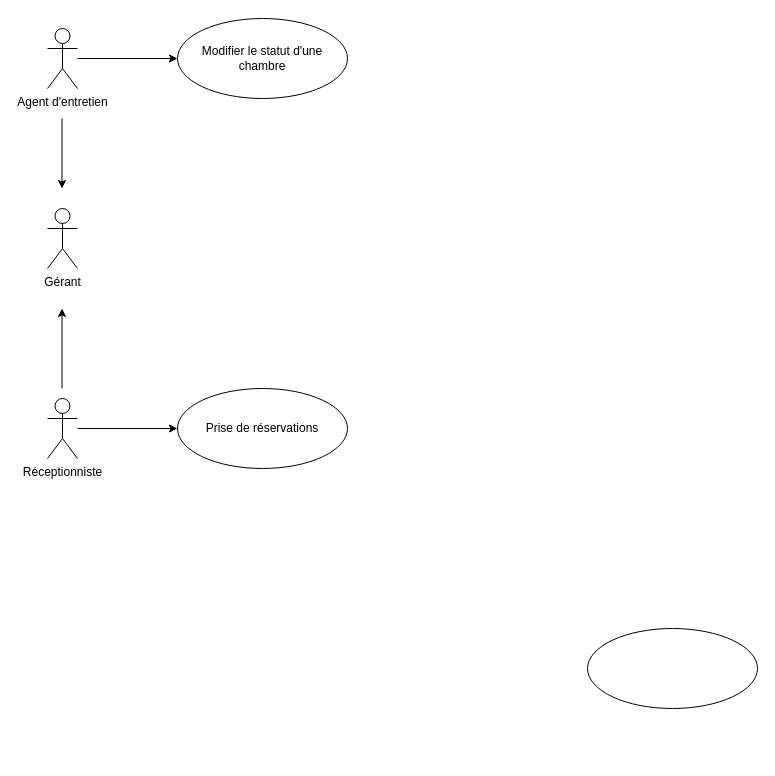
Yoan15/CDA22-23_yoan keeps this draw.io diagram as projet hotel/diagramme_cas_utilis.drawio. Above is the earlier version. Source tidied: cells renumbered, new cells numbered last; positions are measured from the earlier drawing's top-left corner, leaving out a move shared by most shapes. Both pictures are drawn from the tidied source at 100%, with x=0, y=0 at pixel (47, 18).
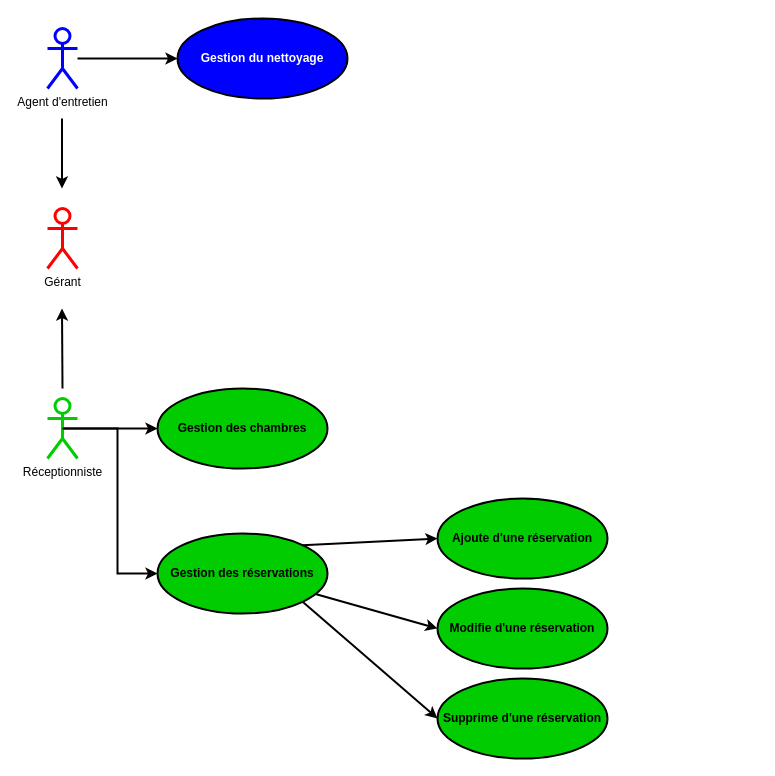
Above is the later version.

Change to the diagram source:
```diff
@@
-    <mxCell id="2" value="Agent d'entretien" style="shape=umlActor;verticalLabelPosition=bottom;verticalAlign=top;html=1;outlineConnect=0;" parent="1" vertex="1">
+    <mxCell id="2" value="Agent d'entretien" style="shape=umlActor;verticalLabelPosition=bottom;verticalAlign=top;html=1;outlineConnect=0;strokeColor=#0000FF;strokeWidth=3;" parent="1" vertex="1">
       <mxGeometry y="10" width="30" height="60" as="geometry" />
     </mxCell>
-    <mxCell id="3" style="edgeStyle=orthogonalEdgeStyle;rounded=0;jettySize=auto;html=1;" parent="1" edge="1" source="4" target="7">
-      <mxGeometry relative="1" as="geometry" />
+    <mxCell id="3" style="edgeStyle=orthogonalEdgeStyle;rounded=0;jettySize=auto;html=1;strokeWidth=2;entryX=0;entryY=0.5;entryDx=0;entryDy=0;exitX=0.5;exitY=0.5;exitDx=0;exitDy=0;exitPerimeter=0;" parent="1" edge="1" source="4" target="7">
+      <mxGeometry relative="1" as="geometry">
+        <Array as="points">
+          <mxPoint x="70" y="410" />
+          <mxPoint x="70" y="555" />
+        </Array>
+      </mxGeometry>
     </mxCell>
-    <mxCell id="4" value="Réceptionniste" style="shape=umlActor;verticalLabelPosition=bottom;verticalAlign=top;html=1;outlineConnect=0;" parent="1" vertex="1">
+    <mxCell id="4" value="Réceptionniste" style="shape=umlActor;verticalLabelPosition=bottom;verticalAlign=top;html=1;outlineConnect=0;strokeWidth=3;strokeColor=#00CC00;" parent="1" vertex="1">
       <mxGeometry y="380" width="30" height="60" as="geometry" />
     </mxCell>
-    <mxCell id="5" value="Gérant" style="shape=umlActor;verticalLabelPosition=bottom;verticalAlign=top;html=1;" parent="1" vertex="1">
+    <mxCell id="5" value="Gérant" style="shape=umlActor;verticalLabelPosition=bottom;verticalAlign=top;html=1;strokeWidth=3;strokeColor=#FF0000;" parent="1" vertex="1">
       <mxGeometry y="190" width="30" height="60" as="geometry" />
     </mxCell>
-    <mxCell id="6" style="ellipse;whiteSpace=wrap;html=1;" parent="1" vertex="1">
-      <mxGeometry x="540" y="610" width="170" height="80" as="geometry" />
+    <mxCell id="6" value="Ajoute d'une réservation" style="ellipse;whiteSpace=wrap;html=1;strokeWidth=2;fontStyle=1;fillColor=#00CC00;" parent="1" vertex="1">
+      <mxGeometry x="390" y="480" width="170" height="80" as="geometry" />
     </mxCell>
-    <mxCell id="7" value="Prise de réservations" style="ellipse;whiteSpace=wrap;html=1;" parent="1" vertex="1">
-      <mxGeometry x="130" y="370" width="170" height="80" as="geometry" />
+    <mxCell id="7" value="Gestion des réservations" style="ellipse;whiteSpace=wrap;html=1;strokeWidth=2;sketch=0;fontStyle=1;fillColor=#00CC00;" parent="1" vertex="1">
+      <mxGeometry x="110" y="515" width="170" height="80" as="geometry" />
     </mxCell>
-    <mxCell id="8" style="endArrow=classic;html=1;" parent="1" edge="1">
+    <mxCell id="8" style="endArrow=classic;html=1;strokeWidth=2;" parent="1" edge="1">
       <mxGeometry relative="1" as="geometry">
-        <mxPoint x="14.5" y="370" as="sourcePoint" />
+        <mxPoint x="15" y="370" as="sourcePoint" />
         <mxPoint x="14.5" y="290" as="targetPoint" />
       </mxGeometry>
     </mxCell>
-    <mxCell id="9" value="Modifier le statut d'une chambre" style="ellipse;whiteSpace=wrap;html=1;" parent="1" vertex="1">
+    <mxCell id="9" value="Gestion du nettoyage" style="ellipse;whiteSpace=wrap;html=1;strokeWidth=2;fontStyle=1;fillColor=#0000FF;fontColor=#FFFFFF;" parent="1" vertex="1">
       <mxGeometry x="130" width="170" height="80" as="geometry" />
     </mxCell>
-    <mxCell id="10" style="endArrow=classic;html=1;entryX=0;entryY=0.5;entryDx=0;entryDy=0;" parent="1" edge="1" source="2" target="9">
+    <mxCell id="10" style="endArrow=classic;html=1;entryX=0;entryY=0.5;entryDx=0;entryDy=0;strokeWidth=2;" parent="1" edge="1" source="2" target="9">
       <mxGeometry relative="1" as="geometry" />
     </mxCell>
-    <mxCell id="11" style="endArrow=classic;html=1;" parent="1" edge="1">
+    <mxCell id="11" style="endArrow=classic;html=1;strokeWidth=2;" parent="1" edge="1">
       <mxGeometry relative="1" as="geometry">
         <mxPoint x="14.5" y="100" as="sourcePoint" />
         <mxPoint x="14.5" y="170" as="targetPoint" />
       </mxGeometry>
     </mxCell>
+    <mxCell id="12" value="Modifie d'une réservation" style="ellipse;whiteSpace=wrap;html=1;strokeWidth=2;fontStyle=1;fillColor=#00CC00;" parent="1" vertex="1">
+      <mxGeometry x="390" y="570" width="170" height="80" as="geometry" />
+    </mxCell>
+    <mxCell id="13" value="Supprime d'une réservation" style="ellipse;whiteSpace=wrap;html=1;strokeWidth=2;fontStyle=1;fillColor=#00CC00;" parent="1" vertex="1">
+      <mxGeometry x="390" y="660" width="170" height="80" as="geometry" />
+    </mxCell>
+    <mxCell id="14" style="endArrow=classic;html=1;entryX=0;entryY=0.5;entryDx=0;entryDy=0;strokeWidth=2;exitX=1;exitY=0;exitDx=0;exitDy=0;" parent="1" edge="1" source="7" target="6">
+      <mxGeometry relative="1" as="geometry" />
+    </mxCell>
+    <mxCell id="15" style="endArrow=classic;html=1;entryX=0;entryY=0.5;entryDx=0;entryDy=0;strokeWidth=2;" parent="1" edge="1" source="7" target="12">
+      <mxGeometry relative="1" as="geometry" />
+    </mxCell>
+    <mxCell id="16" style="endArrow=classic;html=1;entryX=0;entryY=0.5;entryDx=0;entryDy=0;strokeWidth=2;exitX=1;exitY=1;exitDx=0;exitDy=0;" parent="1" edge="1" source="7" target="13">
+      <mxGeometry relative="1" as="geometry" />
+    </mxCell>
+    <mxCell id="17" style="endArrow=classic;html=1;strokeColor=#000000;strokeWidth=2;fontColor=#FFFFFF;exitX=0.5;exitY=0.5;exitDx=0;exitDy=0;exitPerimeter=0;entryX=0;entryY=0.5;entryDx=0;entryDy=0;" parent="1" edge="1" source="4" target="18">
+      <mxGeometry relative="1" as="geometry" />
+    </mxCell>
+    <mxCell id="18" value="Gestion des chambres" style="ellipse;whiteSpace=wrap;html=1;strokeWidth=2;fontStyle=1;fillColor=#00CC00;" parent="1" vertex="1">
+      <mxGeometry x="110" y="370" width="170" height="80" as="geometry" />
+    </mxCell>
```
